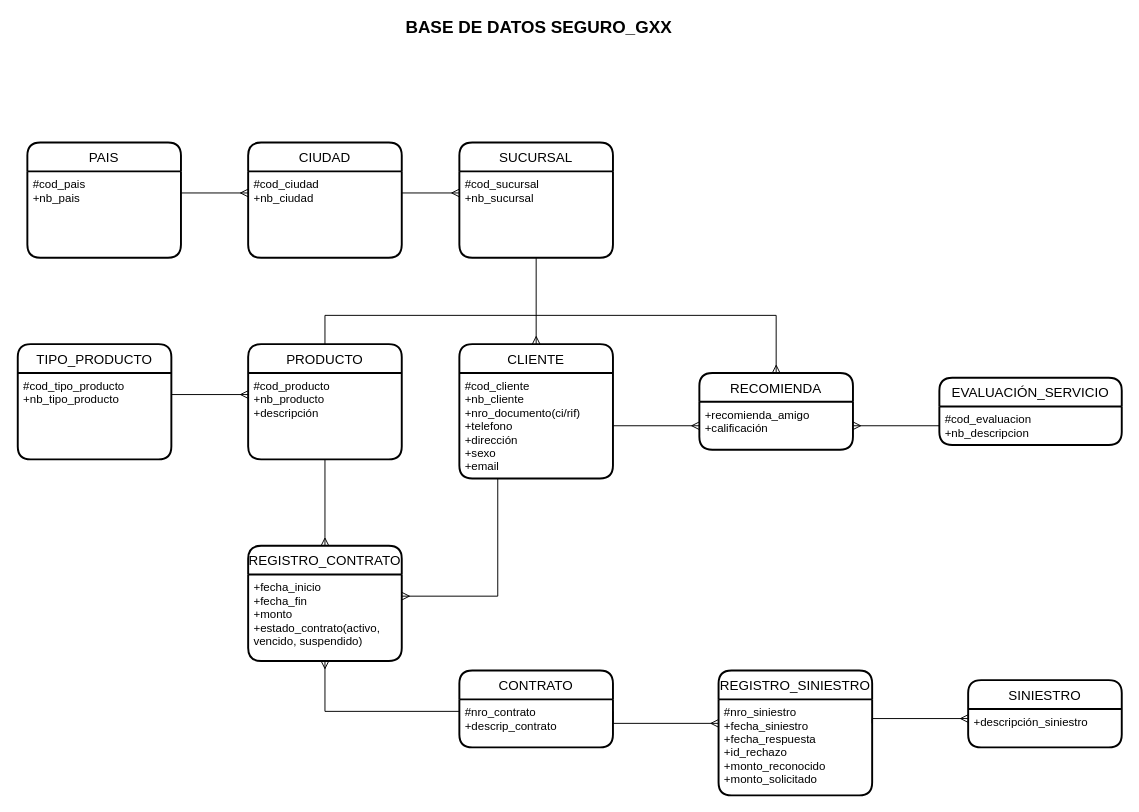
Before: ER-modelo-relacional.drawio in sofiaromorales/seguros-altavista, a draw.io diagram. Source tidied: cells renumbered, new cells numbered last; positions are measured from the earlier drawing's top-left corner, leaving out a move shared by most shapes. Both pictures are drawn from the tidied source at 96%, with x=0, y=0 at pixel (17, 17).
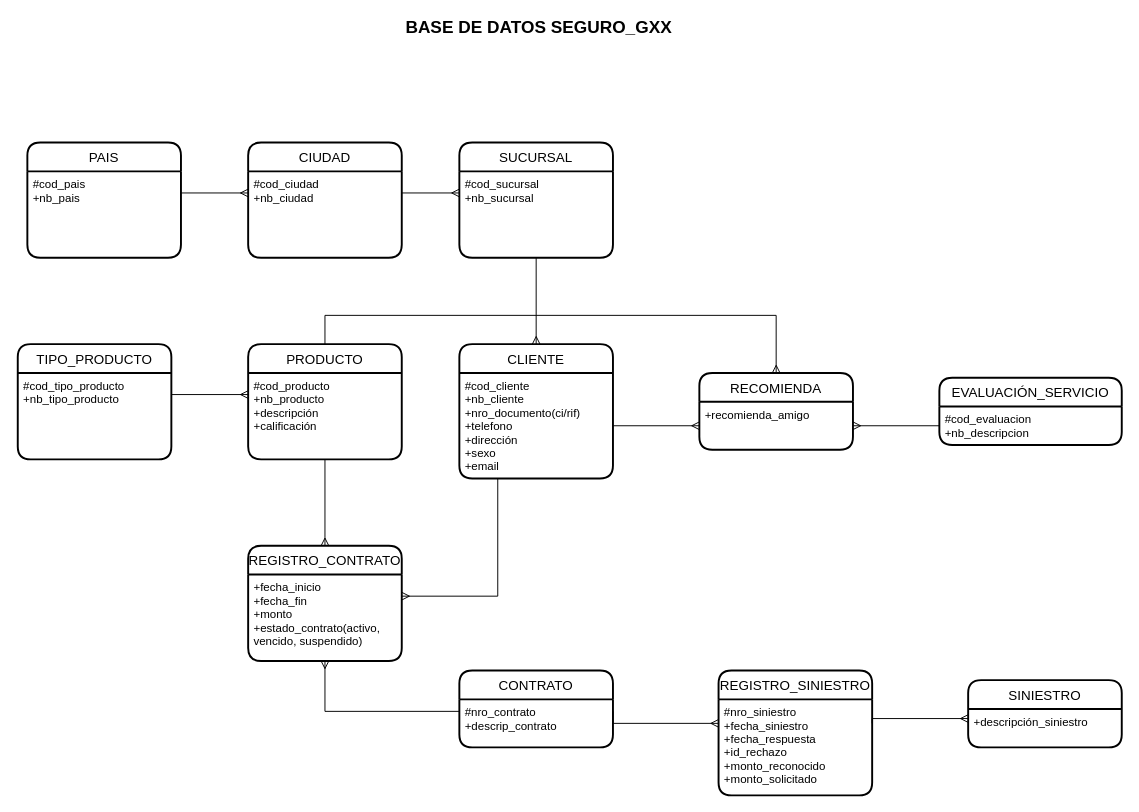
After the change.

Commit message (it also covers changes not shown here):
Fix - cambio de atributo

Se movio el atributo calificación a la entidad producto

The change refers to these unchanged cells:
```xml
<mxCell id="13" value="PRODUCTO" style="swimlane;horizontal=1;startSize=30;rounded=1;fontSize=14;fontStyle=0;strokeWidth=2;shadow=0;dashed=0;align=center;" parent="1" vertex="1">
  <mxGeometry x="240" y="340" width="160" height="120" as="geometry" />
</mxCell>
<mxCell id="21" value="RECOMIENDA" style="swimlane;horizontal=1;startSize=30;rounded=1;fontSize=14;fontStyle=0;strokeWidth=2;shadow=0;dashed=0;align=center;" parent="1" vertex="1">
  <mxGeometry x="710" y="370" width="160" height="80" as="geometry" />
</mxCell>
```

Diff of the diagram source:
```diff
@@
-    <mxCell id="14" value="#cod_producto&#10;+nb_producto&#10;+descripción" style="align=left;strokeColor=none;fillColor=none;spacingLeft=4;fontSize=12;verticalAlign=top;" parent="13" vertex="1">
+    <mxCell id="14" value="#cod_producto&#10;+nb_producto&#10;+descripción&#10;+calificación&#10;" style="align=left;strokeColor=none;fillColor=none;spacingLeft=4;fontSize=12;verticalAlign=top;" parent="13" vertex="1">
       <mxGeometry y="30" width="160" height="90" as="geometry" />
     </mxCell>
@@
-    <mxCell id="22" value="+recomienda_amigo&#10;+calificación" style="align=left;strokeColor=none;fillColor=none;spacingLeft=4;fontSize=12;verticalAlign=top;" parent="21" vertex="1">
+    <mxCell id="22" value="+recomienda_amigo" style="align=left;strokeColor=none;fillColor=none;spacingLeft=4;fontSize=12;verticalAlign=top;" parent="21" vertex="1">
       <mxGeometry y="30" width="160" height="50" as="geometry" />
     </mxCell>
```
